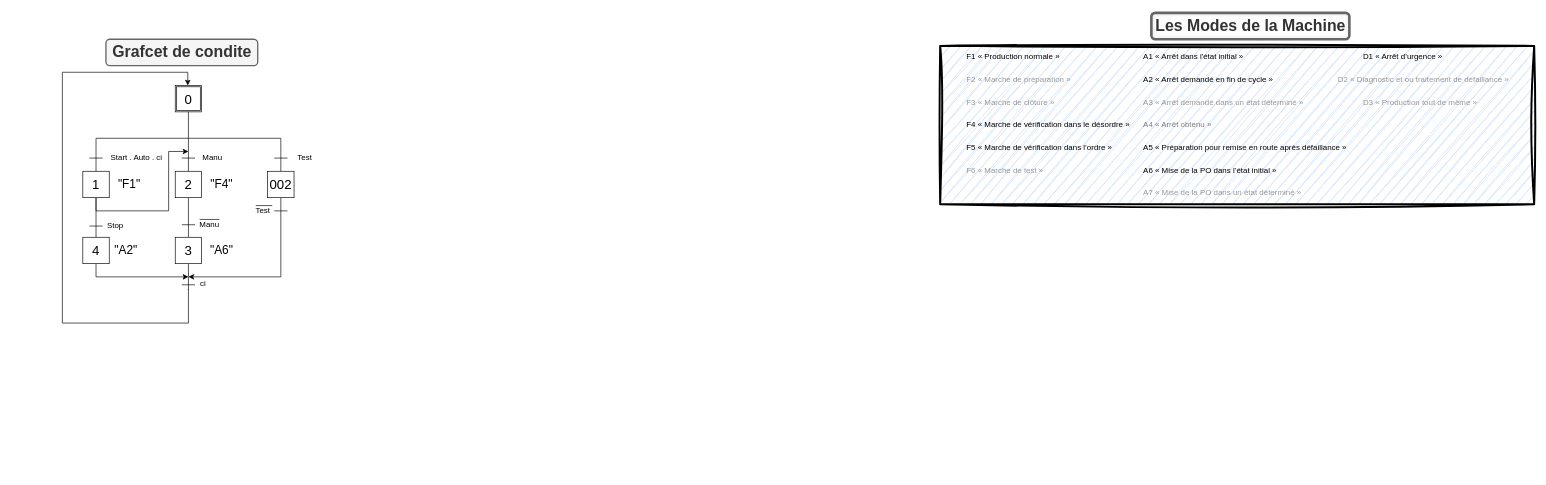
The draw.io diagram grafcet.drawio in ayhem-b/Graduation_report, before the edit. Source tidied: cells renumbered, new cells numbered last; positions are measured from the earlier drawing's top-left corner, leaving out a move shared by most shapes. Both pictures are drawn from the tidied source at 66%, with x=0, y=0 at pixel (62, 13).
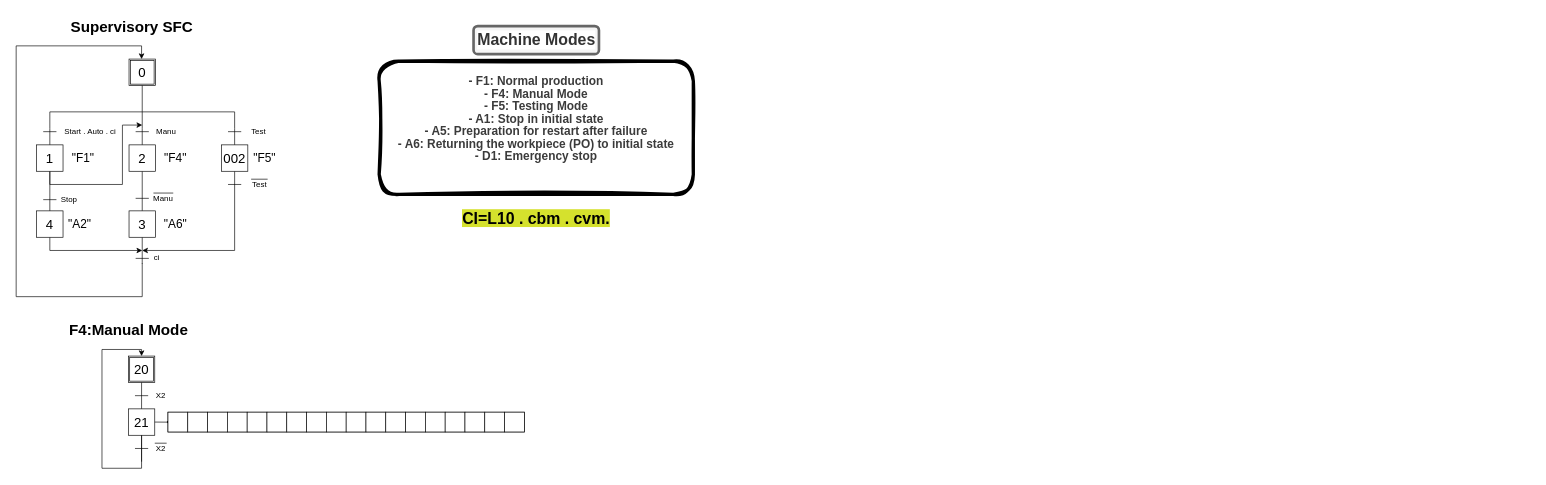
The same page after the edit.

Change to the diagram source:
```diff
@@
+    <mxCell id="64" style="group;" parent="1" vertex="1">
+      <mxGeometry x="-70" width="406" height="430" as="geometry" />
+    </mxCell>
-    <mxCell id="2" style="group;" parent="1" vertex="1">
-      <mxGeometry y="40" width="351" height="430" as="geometry" />
+    <mxCell id="2" value="Supervisory SFC" style="group;fontSize=23;fontStyle=1;align=center;" parent="64" vertex="1">
+      <mxGeometry width="351" height="430" as="geometry" />
     </mxCell>
@@
     <mxCell id="14" value="Test" style="text;html=1;strokeColor=none;fillColor=none;align=left;verticalAlign=middle;rounded=0;fontSize=12;startSize=20;" parent="2" vertex="1">
-      <mxGeometry x="291" y="250" width="40" height="20" as="geometry" />
+      <mxGeometry x="356" y="250" width="40" height="20" as="geometry" />
     </mxCell>
@@
     <mxCell id="20" style="endArrow=none;html=1;rounded=0;" parent="2" edge="1">
       <mxGeometry relative="1" as="geometry">
-        <mxPoint x="293" y="252" as="sourcePoint" />
-        <mxPoint x="318" y="252" as="targetPoint" />
+        <mxPoint x="356" y="252" as="sourcePoint" />
+        <mxPoint x="381" y="252" as="targetPoint" />
       </mxGeometry>
     </mxCell>
-    <mxCell id="21" value="&lt;font style=&quot;font-size: 24px;&quot;&gt;&lt;b&gt;Grafcet de condite&lt;/b&gt;&lt;/font&gt;" style="text;html=1;align=center;verticalAlign=middle;fontFamily=Helvetica;fontSize=12;labelBackgroundColor=none;rounded=1;glass=0;labelBorderColor=none;strokeWidth=2;shadow=0;fillStyle=auto;fillColor=#f5f5f5;strokeColor=#666666;fontColor=#333333;" parent="2" vertex="1">
-      <mxGeometry x="66" width="230" height="40" as="geometry" />
-    </mxCell>
@@
-    <mxCell id="44" style="group;" parent="1" vertex="1">
-      <mxGeometry x="1330" width="900" height="290" as="geometry" />
-    </mxCell>
-    <mxCell id="45" style="group;" parent="44" vertex="1">
-      <mxGeometry y="50" width="900" height="240" as="geometry" />
-    </mxCell>
-    <mxCell id="46" style="group;labelBorderColor=none;fillColor=#dae8fc;strokeColor=light-dark(#000000, #5c79a3);gradientColor=none;strokeWidth=3;perimeterSpacing=0;rounded=0;glass=0;sketch=1;curveFitting=1;jiggle=2;" parent="45" vertex="1">
-      <mxGeometry width="900" height="240" as="geometry" />
-    </mxCell>
-    <mxCell id="47" value="D2 « Diagnostic et ou traitement de défaillance »" style="text;whiteSpace=wrap;verticalAlign=middle;textOpacity=40;" parent="45" vertex="1">
-      <mxGeometry x="601.4" y="34.3" width="298.6" height="34.3" as="geometry" />
-    </mxCell>
-    <mxCell id="48" value="F1 « Production normale »" style="text;whiteSpace=wrap;verticalAlign=middle;" parent="45" vertex="1">
-      <mxGeometry x="37.7" width="175.1" height="34.3" as="geometry" />
-    </mxCell>
-    <mxCell id="49" value="F2 « Marche de préparation »" style="text;whiteSpace=wrap;fontStyle=0;verticalAlign=middle;textOpacity=40;" parent="45" vertex="1">
-      <mxGeometry x="37.7" y="34.3" width="175.1" height="34.3" as="geometry" />
-    </mxCell>
-    <mxCell id="50" value="F3 « Marche de clôture »" style="text;whiteSpace=wrap;verticalAlign=middle;textOpacity=40;" parent="45" vertex="1">
-      <mxGeometry x="37.7" y="68.6" width="144.2" height="34.3" as="geometry" />
-    </mxCell>
-    <mxCell id="51" value="F4 « Marche de vérification dans le désordre »" style="text;whiteSpace=wrap;verticalAlign=middle;" parent="45" vertex="1">
-      <mxGeometry x="37.7" y="102.9" width="267.7" height="34.3" as="geometry" />
-    </mxCell>
-    <mxCell id="52" value="F5 « Marche de vérification dans l’ordre »" style="text;whiteSpace=wrap;verticalAlign=middle;" parent="45" vertex="1">
-      <mxGeometry x="37.7" y="137.1" width="257.4" height="34.3" as="geometry" />
-    </mxCell>
-    <mxCell id="53" value="F6 « Marche de test »" style="text;whiteSpace=wrap;verticalAlign=middle;textOpacity=40;" parent="45" vertex="1">
-      <mxGeometry x="37.7" y="171.4" width="154.5" height="34.3" as="geometry" />
-    </mxCell>
-    <mxCell id="54" value="A1 « Arrêt dans l'état initial »" style="text;whiteSpace=wrap;verticalAlign=middle;" parent="45" vertex="1">
-      <mxGeometry x="305.5" width="195.7" height="34.3" as="geometry" />
-    </mxCell>
-    <mxCell id="55" value="A2 « Arrêt demandé en fin de cycle »" style="text;whiteSpace=wrap;verticalAlign=middle;html=1;" parent="45" vertex="1">
-      <mxGeometry x="305.5" y="34.3" width="236.8" height="34.3" as="geometry" />
-    </mxCell>
-    <mxCell id="56" value="A3 « Arrêt demandé dans un état déterminé »" style="text;whiteSpace=wrap;verticalAlign=middle;textOpacity=40;" parent="45" vertex="1">
-      <mxGeometry x="305.5" y="68.6" width="288.3" height="34.3" as="geometry" />
-    </mxCell>
-    <mxCell id="57" value="A4 « Arrêt obtenu »" style="text;verticalAlign=middle;labelBorderColor=none;whiteSpace=wrap;fontStyle=0;textOpacity=50;" parent="45" vertex="1">
-      <mxGeometry x="305.5" y="102.9" width="144.2" height="34.3" as="geometry" />
-    </mxCell>
-    <mxCell id="58" value="A5 « Préparation pour remise en route après défaillance »" style="text;whiteSpace=wrap;verticalAlign=middle;" parent="45" vertex="1">
-      <mxGeometry x="305.5" y="137.1" width="350.1" height="34.3" as="geometry" />
-    </mxCell>
-    <mxCell id="59" value="A6 « Mise de la PO dans l’état initial »" style="text;whiteSpace=wrap;verticalAlign=middle;" parent="45" vertex="1">
-      <mxGeometry x="305.5" y="171.4" width="247.1" height="34.3" as="geometry" />
-    </mxCell>
-    <mxCell id="60" value="A7 « Mise de la PO dans un état déterminé »" style="text;whiteSpace=wrap;verticalAlign=middle;textOpacity=40;" parent="45" vertex="1">
-      <mxGeometry x="305.5" y="205.7" width="278" height="34.3" as="geometry" />
-    </mxCell>
-    <mxCell id="61" value="D1 « Arrêt d’urgence »" style="text;whiteSpace=wrap;verticalAlign=middle;" parent="45" vertex="1">
-      <mxGeometry x="639.1" width="154.5" height="34.3" as="geometry" />
-    </mxCell>
-    <mxCell id="62" value="D3 « Production tout de même »" style="text;whiteSpace=wrap;verticalAlign=middle;textOpacity=40;" parent="45" vertex="1">
-      <mxGeometry x="639.1" y="68.6" width="216.2" height="34.3" as="geometry" />
-    </mxCell>
-    <mxCell id="63" value="&lt;font style=&quot;font-size: 24px;&quot;&gt;&lt;span&gt;Les Modes de la Machine&lt;/span&gt;&lt;/font&gt;" style="text;html=1;align=center;verticalAlign=middle;strokeColor=#666666;fillColor=#f5f5f5;fontFamily=Helvetica;fontSize=12;labelBackgroundColor=default;fontStyle=1;strokeWidth=4;fontColor=#333333;rounded=1;" parent="44" vertex="1">
-      <mxGeometry x="320" width="300" height="40" as="geometry" />
-    </mxCell>
+    <mxCell id="65" value="&lt;font style=&quot;font-size: 18px;&quot;&gt;&quot;F5&quot;&lt;/font&gt;" style="text;html=1;align=center;verticalAlign=middle;strokeColor=none;fillColor=none;" parent="64" vertex="1">
+      <mxGeometry x="346" y="200" width="60" height="40" as="geometry" />
+    </mxCell>
+    <mxCell id="66" style="group;" parent="1" vertex="1">
+      <mxGeometry x="480" y="20" width="476" height="329.4" as="geometry" />
+    </mxCell>
+    <mxCell id="67" value="&lt;div style=&quot;line-height: 19px; color: rgb(59, 59, 59); background-color: rgb(255, 255, 255);&quot;&gt;&lt;h2 style=&quot;&quot;&gt;&lt;span style=&quot;color: rgb(59, 59, 59);&quot;&gt;- F1: Normal production &lt;br&gt;&lt;/span&gt;&lt;span style=&quot;color: rgb(59, 59, 59);&quot;&gt;- F4: Manual Mode &lt;br&gt;&lt;/span&gt;&lt;span style=&quot;color: rgb(59, 59, 59);&quot;&gt;- F5: Testing Mode &lt;br&gt;&lt;/span&gt;&lt;span style=&quot;color: rgb(59, 59, 59);&quot;&gt;- A1: Stop in initial state&lt;br&gt;&lt;/span&gt;&lt;span style=&quot;color: rgb(59, 59, 59);&quot;&gt;- A5: Preparation for restart after failure&lt;br&gt;&lt;/span&gt;&lt;span style=&quot;color: rgb(59, 59, 59);&quot;&gt;- A6: Returning the workpiece (PO) to initial state&lt;br&gt;&lt;/span&gt;&lt;span style=&quot;color: rgb(59, 59, 59);&quot;&gt;- D1: Emergency stop&lt;/span&gt;&lt;/h2&gt;&lt;/div&gt;" style="text;whiteSpace=wrap;html=1;strokeColor=default;strokeWidth=5;rounded=1;sketch=1;curveFitting=1;jiggle=2;align=center;" parent="66" vertex="1">
+      <mxGeometry y="53.1" width="476" height="201.9" as="geometry" />
+    </mxCell>
+    <mxCell id="68" value="&lt;h1&gt;&lt;span style=&quot;background-color: light-dark(rgb(213, 225, 45), rgb(237, 237, 237));&quot;&gt;CI=L10 . cbm . cvm.&lt;/span&gt;&lt;/h1&gt;" style="text;whiteSpace=wrap;html=1;align=center;" parent="66" vertex="1">
+      <mxGeometry x="91.9" y="255" width="292.3" height="74.4" as="geometry" />
+    </mxCell>
+    <mxCell id="69" value="&lt;font style=&quot;font-size: 24px;&quot;&gt;&lt;span&gt;Machine Modes&lt;/span&gt;&lt;/font&gt;" style="text;html=1;align=center;verticalAlign=middle;strokeColor=#666666;fillColor=#f5f5f5;fontFamily=Helvetica;fontSize=12;labelBackgroundColor=default;fontStyle=1;strokeWidth=4;fontColor=#333333;rounded=1;" parent="66" vertex="1">
+      <mxGeometry x="143" width="190" height="42.5" as="geometry" />
+    </mxCell>
+    <mxCell id="70" value="&lt;font style=&quot;font-size: 23px;&quot;&gt;F4:Manual Mode&lt;/font&gt;" style="text;html=1;align=center;verticalAlign=middle;strokeColor=none;fillColor=none;fontStyle=1;fontSize=19;" parent="1" vertex="1">
+      <mxGeometry y="460" width="200" height="40" as="geometry" />
+    </mxCell>
+    <mxCell id="71" style="group;" parent="1" vertex="1">
+      <mxGeometry x="100" y="520" width="80" height="80" as="geometry" />
+    </mxCell>
+    <mxCell id="72" style="rounded=0;whiteSpace=wrap;html=1;fontSize=20;align=center;" parent="71" vertex="1">
+      <mxGeometry width="40" height="40" as="geometry" />
+    </mxCell>
+    <mxCell id="73" value="20" style="rounded=0;whiteSpace=wrap;html=1;fontSize=20;align=center;imageWidth=20;imageHeight=20;" parent="71" vertex="1">
+      <mxGeometry x="2" y="2" width="36" height="36" as="geometry" />
+    </mxCell>
+    <mxCell id="74" style="endArrow=none;html=1;fontSize=12;rounded=0;" parent="71" edge="1">
+      <mxGeometry x="350" y="60" as="geometry">
+        <mxPoint x="10" y="60" as="sourcePoint" />
+        <mxPoint x="30" y="60" as="targetPoint" />
+      </mxGeometry>
+    </mxCell>
+    <mxCell id="75" value="X2" style="text;html=1;strokeColor=none;fillColor=none;align=left;verticalAlign=middle;rounded=0;fontSize=12;" parent="71" vertex="1">
+      <mxGeometry x="40" y="50" width="40" height="20" as="geometry" />
+    </mxCell>
+    <mxCell id="76" style="edgeStyle=none;rounded=0;jettySize=auto;html=1;exitX=0.5;exitY=1;exitDx=0;exitDy=0;endArrow=none;endFill=0;fontSize=12;" parent="71" edge="1" source="72">
+      <mxGeometry x="350" y="60" as="geometry">
+        <mxPoint x="20" y="80" as="targetPoint" />
+      </mxGeometry>
+    </mxCell>
+    <mxCell id="77" style="group;" parent="1" vertex="1">
+      <mxGeometry x="100" y="600" width="620" height="80" as="geometry" />
+    </mxCell>
+    <mxCell id="78" style="edgeStyle=orthogonalEdgeStyle;rounded=0;orthogonalLoop=1;jettySize=auto;html=1;exitX=0.5;exitY=1;exitDx=0;exitDy=0;" parent="77" edge="1">
+      <mxGeometry relative="1" as="geometry">
+        <mxPoint x="140" y="20" as="sourcePoint" />
+        <mxPoint x="140" y="20" as="targetPoint" />
+      </mxGeometry>
+    </mxCell>
+    <mxCell id="79" style="group;" parent="77" vertex="1">
+      <mxGeometry width="620" height="80" as="geometry" />
+    </mxCell>
+    <mxCell id="80" style="endArrow=none;html=1;fontSize=12;rounded=0;" parent="79" edge="1">
+      <mxGeometry x="350" y="150" as="geometry">
+        <mxPoint x="10" y="60" as="sourcePoint" />
+        <mxPoint x="30" y="60" as="targetPoint" />
+      </mxGeometry>
+    </mxCell>
+    <mxCell id="81" value="X2" style="text;html=1;strokeColor=none;fillColor=none;align=left;verticalAlign=middle;rounded=0;fontSize=12;startSize=20;" parent="79" vertex="1">
+      <mxGeometry x="40" y="50" width="40" height="20" as="geometry" />
+    </mxCell>
+    <mxCell id="82" style="edgeStyle=none;rounded=0;jettySize=auto;html=1;exitX=0.5;exitY=1;exitDx=0;exitDy=0;endArrow=none;endFill=0;fontSize=12;" parent="79" edge="1" source="83">
+      <mxGeometry x="350" y="150" as="geometry">
+        <mxPoint x="20" y="80" as="targetPoint" />
+      </mxGeometry>
+    </mxCell>
+    <mxCell id="83" value="21" style="rounded=0;whiteSpace=wrap;html=1;fontSize=20;align=center;startSize=20;" parent="79" vertex="1">
+      <mxGeometry width="40" height="40" as="geometry" />
+    </mxCell>
+    <mxCell id="84" style="rounded=0;whiteSpace=wrap;html=1;" parent="79" vertex="1">
+      <mxGeometry x="60" y="5" width="540" height="30" as="geometry" />
+    </mxCell>
+    <mxCell id="85" style="rounded=0;whiteSpace=wrap;html=1;startSize=20;strokeColor=#000000;strokeWidth=1;fillColor=#000000;" parent="79" vertex="1">
+      <mxGeometry x="59" y="19" width="2" height="2" as="geometry" />
+    </mxCell>
+    <mxCell id="86" style="edgeStyle=none;rounded=0;jettySize=auto;html=1;exitX=1;exitY=0.5;exitDx=0;exitDy=0;fontSize=12;endArrow=none;endFill=0;entryX=0.526;entryY=0.556;entryDx=0;entryDy=0;entryPerimeter=0;" parent="79" edge="1" source="83" target="85">
+      <mxGeometry as="geometry" />
+    </mxCell>
+    <mxCell id="87" style="endArrow=none;html=1;rounded=0;" parent="79" edge="1">
+      <mxGeometry relative="1" as="geometry">
+        <mxPoint x="40" y="52" as="sourcePoint" />
+        <mxPoint x="58" y="52" as="targetPoint" />
+      </mxGeometry>
+    </mxCell>
+    <mxCell id="88" style="rounded=0;whiteSpace=wrap;html=1;" parent="79" vertex="1">
+      <mxGeometry x="60" y="5" width="30" height="30" as="geometry" />
+    </mxCell>
+    <mxCell id="89" style="rounded=0;whiteSpace=wrap;html=1;" parent="79" vertex="1">
+      <mxGeometry x="90" y="5" width="30" height="30" as="geometry" />
+    </mxCell>
+    <mxCell id="90" style="rounded=0;whiteSpace=wrap;html=1;" parent="79" vertex="1">
+      <mxGeometry x="120" y="5" width="30" height="30" as="geometry" />
+    </mxCell>
+    <mxCell id="91" style="rounded=0;whiteSpace=wrap;html=1;" parent="79" vertex="1">
+      <mxGeometry x="150" y="5" width="30" height="30" as="geometry" />
+    </mxCell>
+    <mxCell id="92" style="rounded=0;whiteSpace=wrap;html=1;" parent="79" vertex="1">
+      <mxGeometry x="180" y="5" width="30" height="30" as="geometry" />
+    </mxCell>
+    <mxCell id="93" style="rounded=0;whiteSpace=wrap;html=1;" parent="79" vertex="1">
+      <mxGeometry x="210" y="5" width="30" height="30" as="geometry" />
+    </mxCell>
+    <mxCell id="94" style="rounded=0;whiteSpace=wrap;html=1;" parent="79" vertex="1">
+      <mxGeometry x="240" y="5" width="30" height="30" as="geometry" />
+    </mxCell>
+    <mxCell id="95" style="rounded=0;whiteSpace=wrap;html=1;" parent="79" vertex="1">
+      <mxGeometry x="270" y="5" width="30" height="30" as="geometry" />
+    </mxCell>
+    <mxCell id="96" style="rounded=0;whiteSpace=wrap;html=1;" parent="79" vertex="1">
+      <mxGeometry x="300" y="5" width="30" height="30" as="geometry" />
+    </mxCell>
+    <mxCell id="97" style="rounded=0;whiteSpace=wrap;html=1;" parent="79" vertex="1">
+      <mxGeometry x="330" y="5" width="30" height="30" as="geometry" />
+    </mxCell>
+    <mxCell id="98" style="rounded=0;whiteSpace=wrap;html=1;" parent="79" vertex="1">
+      <mxGeometry x="360" y="5" width="30" height="30" as="geometry" />
+    </mxCell>
+    <mxCell id="99" style="rounded=0;whiteSpace=wrap;html=1;" parent="79" vertex="1">
+      <mxGeometry x="390" y="5" width="30" height="30" as="geometry" />
+    </mxCell>
+    <mxCell id="100" style="rounded=0;whiteSpace=wrap;html=1;" parent="79" vertex="1">
+      <mxGeometry x="420" y="5" width="30" height="30" as="geometry" />
+    </mxCell>
+    <mxCell id="101" style="rounded=0;whiteSpace=wrap;html=1;" parent="79" vertex="1">
+      <mxGeometry x="450" y="5" width="30" height="30" as="geometry" />
+    </mxCell>
+    <mxCell id="102" style="rounded=0;whiteSpace=wrap;html=1;" parent="79" vertex="1">
+      <mxGeometry x="480" y="5" width="30" height="30" as="geometry" />
+    </mxCell>
+    <mxCell id="103" style="rounded=0;whiteSpace=wrap;html=1;" parent="79" vertex="1">
+      <mxGeometry x="510" y="5" width="30" height="30" as="geometry" />
+    </mxCell>
+    <mxCell id="104" style="rounded=0;whiteSpace=wrap;html=1;" parent="79" vertex="1">
+      <mxGeometry x="540" y="5" width="30" height="30" as="geometry" />
+    </mxCell>
+    <mxCell id="105" style="rounded=0;whiteSpace=wrap;html=1;" parent="79" vertex="1">
+      <mxGeometry x="570" y="5" width="30" height="30" as="geometry" />
+    </mxCell>
+    <mxCell id="106" style="edgeStyle=orthogonalEdgeStyle;rounded=0;jettySize=auto;html=1;exitX=0.5;exitY=1;exitDx=0;exitDy=0;entryX=0.5;entryY=0;entryDx=0;entryDy=0;" parent="1" edge="1" source="83" target="72">
+      <mxGeometry relative="1" as="geometry">
+        <Array as="points">
+          <mxPoint x="120" y="690" />
+          <mxPoint x="60" y="690" />
+          <mxPoint x="60" y="510" />
+          <mxPoint x="120" y="510" />
+        </Array>
+      </mxGeometry>
+    </mxCell>
```
